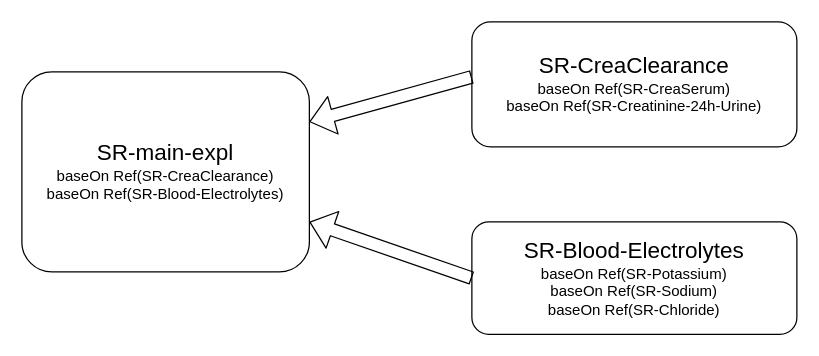
Earlier version of the draw.io diagram SR-expl.drawio (hl7ch/ch-lab-order). Source tidied: cells renumbered, new cells numbered last; positions are measured from the earlier drawing's top-left corner, leaving out a move shared by most shapes. Both pictures are drawn from the tidied source at 125%, with x=0, y=0 at pixel (21, 21).
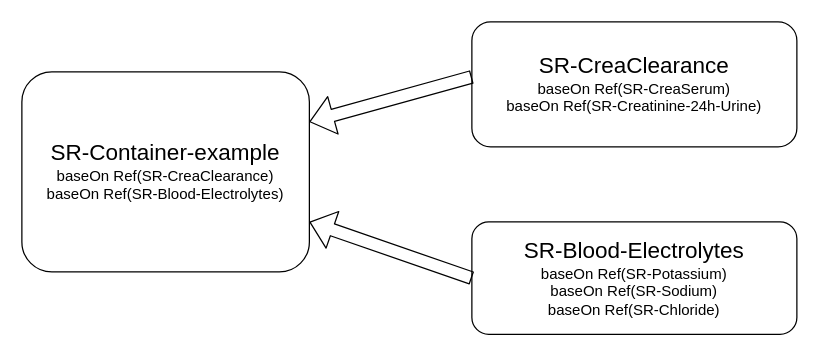
The same page after the edit.

Commit message (it also covers changes not shown here):
prepare Profiles for SR Container and SR Labtest

Change to the diagram source:
```diff
@@
 <mxGraphModel>
   <root>
     <mxCell id="0" />
     <mxCell id="1" parent="0" />
-    <mxCell id="2" value="&lt;font style=&quot;font-size: 18px&quot;&gt;SR-main-expl&lt;br&gt;&lt;/font&gt;baseOn Ref(SR-CreaClearance)&lt;br&gt;baseOn Ref(SR-Blood-Electrolytes)" style="rounded=1;whiteSpace=wrap;html=1;" parent="1" vertex="1">
+    <mxCell id="2" value="&lt;font style=&quot;font-size: 18px&quot;&gt;SR-Container-example&lt;br&gt;&lt;/font&gt;baseOn Ref(SR-CreaClearance)&lt;br&gt;baseOn Ref(SR-Blood-Electrolytes)" style="rounded=1;whiteSpace=wrap;html=1;" parent="1" vertex="1">
       <mxGeometry y="40" width="230" height="160" as="geometry" />
     </mxCell>
     <mxCell id="3" value="&lt;font style=&quot;font-size: 18px&quot;&gt;SR-Blood-Electrolytes&lt;br&gt;&lt;/font&gt;baseOn Ref(SR-Potassium)&lt;br&gt;baseOn Ref(SR-Sodium)&lt;br&gt;baseOn Ref(SR-Chloride)" style="rounded=1;whiteSpace=wrap;html=1;" parent="1" vertex="1">
       <mxGeometry x="360" y="160" width="260" height="90" as="geometry" />
     </mxCell>
     <mxCell id="4" value="&lt;font style=&quot;font-size: 18px&quot;&gt;SR-CreaClearance&lt;br&gt;&lt;/font&gt;baseOn Ref(SR-CreaSerum)&lt;br&gt;baseOn Ref(SR-Creatinine-24h-Urine)" style="rounded=1;whiteSpace=wrap;html=1;" parent="1" vertex="1">
       <mxGeometry x="360" width="260" height="100" as="geometry" />
     </mxCell>
     <mxCell id="5" style="shape=flexArrow;endArrow=classic;html=1;entryX=1;entryY=0.25;entryDx=0;entryDy=0;exitX=0;exitY=0.44;exitDx=0;exitDy=0;exitPerimeter=0;" parent="1" edge="1" source="4" target="2">
       <mxGeometry relative="1" as="geometry" />
     </mxCell>
     <mxCell id="6" style="shape=flexArrow;endArrow=classic;html=1;exitX=0;exitY=0.5;exitDx=0;exitDy=0;entryX=1;entryY=0.75;entryDx=0;entryDy=0;" parent="1" edge="1" source="3" target="2">
       <mxGeometry relative="1" as="geometry" />
     </mxCell>
   </root>
 </mxGraphModel>
```
